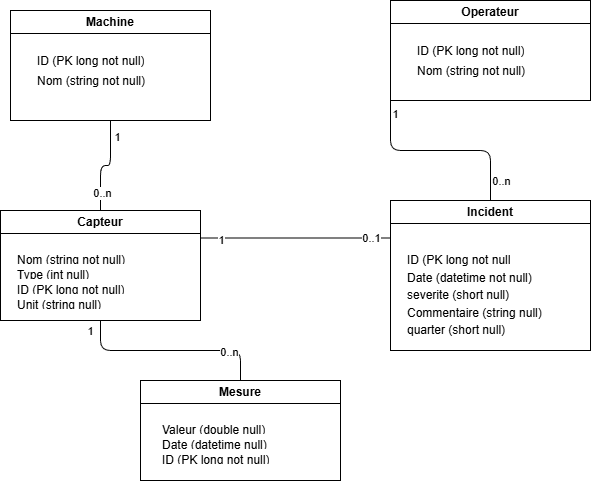
The draw.io diagram MCD.png in marc-proxiel/indusense, before a commit. Source tidied: cells renumbered, new cells last; positions are measured from the earlier drawing's top-left corner, leaving out a move shared by most shapes. Its diagram source:
```xml
<mxGraphModel>
  <root>
    <mxCell id="0" />
    <mxCell id="1" parent="0" />
    <mxCell id="2" value="Operateur" style="swimlane;whiteSpace=wrap;html=1;" parent="1" vertex="1">
      <mxGeometry x="390" width="200" height="100" as="geometry" />
    </mxCell>
    <mxCell id="3" style="shape=table;startSize=0;fontSize=11;fillColor=none;strokeColor=none;" parent="2" vertex="1">
      <mxGeometry x="20" y="40" width="160" height="60" as="geometry" />
    </mxCell>
    <mxCell id="4" style="shape=tableRow;horizontal=0;startSize=0;swimlaneHead=0;swimlaneBody=0;strokeColor=inherit;top=0;left=0;bottom=0;right=0;fillColor=none;fontSize=16;" parent="3" vertex="1">
      <mxGeometry width="160" height="21" as="geometry" />
    </mxCell>
    <mxCell id="5" value="ID (PK long not null)" style="shape=partialRectangle;html=1;whiteSpace=wrap;strokeColor=inherit;overflow=hidden;fillColor=none;top=0;left=0;bottom=0;right=0;fontSize=12;align=left;spacingLeft=5;" parent="4" vertex="1">
      <mxGeometry width="160" height="21" as="geometry" />
    </mxCell>
    <mxCell id="6" style="shape=tableRow;horizontal=0;startSize=0;swimlaneHead=0;swimlaneBody=0;strokeColor=inherit;top=0;left=0;bottom=0;right=0;fillColor=none;fontSize=16;" parent="3" vertex="1">
      <mxGeometry y="21" width="160" height="18" as="geometry" />
    </mxCell>
    <mxCell id="7" value="Nom (string not null)" style="shape=partialRectangle;html=1;whiteSpace=wrap;strokeColor=inherit;overflow=hidden;fillColor=none;top=0;left=0;bottom=0;right=0;fontSize=12;align=left;spacingLeft=5;" parent="6" vertex="1">
      <mxGeometry width="160" height="18" as="geometry" />
    </mxCell>
    <mxCell id="8" style="shape=tableRow;horizontal=0;startSize=0;swimlaneHead=0;swimlaneBody=0;strokeColor=inherit;top=0;left=0;bottom=0;right=0;fillColor=none;fontSize=16;" parent="3" vertex="1">
      <mxGeometry y="39" width="160" height="21" as="geometry" />
    </mxCell>
    <mxCell id="9" style="shape=partialRectangle;html=1;whiteSpace=wrap;strokeColor=inherit;overflow=hidden;fillColor=none;top=0;left=0;bottom=0;right=0;fontSize=12;align=left;spacingLeft=5;" parent="8" vertex="1">
      <mxGeometry width="160" height="21" as="geometry" />
    </mxCell>
    <mxCell id="10" value="Machine" style="swimlane;whiteSpace=wrap;html=1;" parent="1" vertex="1">
      <mxGeometry x="10" y="10" width="200" height="110" as="geometry" />
    </mxCell>
    <mxCell id="11" style="shape=table;startSize=0;fontSize=11;fillColor=none;strokeColor=none;" parent="10" vertex="1">
      <mxGeometry x="20" y="40" width="160" height="39" as="geometry" />
    </mxCell>
    <mxCell id="12" style="shape=tableRow;horizontal=0;startSize=0;swimlaneHead=0;swimlaneBody=0;strokeColor=inherit;top=0;left=0;bottom=0;right=0;fillColor=none;fontSize=16;" parent="11" vertex="1">
      <mxGeometry width="160" height="21" as="geometry" />
    </mxCell>
    <mxCell id="13" value="ID (PK long not null)" style="shape=partialRectangle;html=1;whiteSpace=wrap;strokeColor=inherit;overflow=hidden;fillColor=none;top=0;left=0;bottom=0;right=0;fontSize=12;align=left;spacingLeft=5;" parent="12" vertex="1">
      <mxGeometry width="160" height="21" as="geometry" />
    </mxCell>
    <mxCell id="14" style="shape=tableRow;horizontal=0;startSize=0;swimlaneHead=0;swimlaneBody=0;strokeColor=inherit;top=0;left=0;bottom=0;right=0;fillColor=none;fontSize=16;" parent="11" vertex="1">
      <mxGeometry y="21" width="160" height="18" as="geometry" />
    </mxCell>
    <mxCell id="15" value="Nom (string not null)" style="shape=partialRectangle;html=1;whiteSpace=wrap;strokeColor=inherit;overflow=hidden;fillColor=none;top=0;left=0;bottom=0;right=0;fontSize=12;align=left;spacingLeft=5;" parent="14" vertex="1">
      <mxGeometry width="160" height="18" as="geometry" />
    </mxCell>
    <mxCell id="16" value="Capteur" style="swimlane;whiteSpace=wrap;html=1;" parent="1" vertex="1">
      <mxGeometry y="210" width="200" height="110" as="geometry" />
    </mxCell>
    <mxCell id="17" value="Incident" style="swimlane;whiteSpace=wrap;html=1;" parent="1" vertex="1">
      <mxGeometry x="390" y="200" width="200" height="150" as="geometry" />
    </mxCell>
    <mxCell id="18" style="shape=table;startSize=0;fontSize=11;fillColor=none;strokeColor=none;" parent="17" vertex="1">
      <mxGeometry x="10" y="50" width="170" height="87" as="geometry" />
    </mxCell>
    <mxCell id="19" style="shape=tableRow;horizontal=0;startSize=0;swimlaneHead=0;swimlaneBody=0;strokeColor=inherit;top=0;left=0;bottom=0;right=0;fillColor=none;fontSize=16;" parent="18" vertex="1">
      <mxGeometry width="170" height="18" as="geometry" />
    </mxCell>
    <mxCell id="20" value="ID (PK long not null" style="shape=partialRectangle;html=1;whiteSpace=wrap;strokeColor=inherit;overflow=hidden;fillColor=none;top=0;left=0;bottom=0;right=0;fontSize=12;align=left;spacingLeft=5;" parent="19" vertex="1">
      <mxGeometry width="170" height="18" as="geometry" />
    </mxCell>
    <mxCell id="21" style="shape=tableRow;horizontal=0;startSize=0;swimlaneHead=0;swimlaneBody=0;strokeColor=inherit;top=0;left=0;bottom=0;right=0;fillColor=none;fontSize=16;" parent="18" vertex="1">
      <mxGeometry y="18" width="170" height="17" as="geometry" />
    </mxCell>
    <mxCell id="22" value="Date (datetime not null)" style="shape=partialRectangle;html=1;whiteSpace=wrap;strokeColor=inherit;overflow=hidden;fillColor=none;top=0;left=0;bottom=0;right=0;fontSize=12;align=left;spacingLeft=5;" parent="21" vertex="1">
      <mxGeometry width="170" height="17" as="geometry" />
    </mxCell>
    <mxCell id="23" style="shape=tableRow;horizontal=0;startSize=0;swimlaneHead=0;swimlaneBody=0;strokeColor=inherit;top=0;left=0;bottom=0;right=0;fillColor=none;fontSize=16;" parent="18" vertex="1">
      <mxGeometry y="35" width="170" height="18" as="geometry" />
    </mxCell>
    <mxCell id="24" value="severite (short null)" style="shape=partialRectangle;html=1;whiteSpace=wrap;strokeColor=inherit;overflow=hidden;fillColor=none;top=0;left=0;bottom=0;right=0;fontSize=12;align=left;spacingLeft=5;" parent="23" vertex="1">
      <mxGeometry width="170" height="18" as="geometry" />
    </mxCell>
    <mxCell id="25" style="shape=tableRow;horizontal=0;startSize=0;swimlaneHead=0;swimlaneBody=0;strokeColor=inherit;top=0;left=0;bottom=0;right=0;fillColor=none;fontSize=16;" parent="18" vertex="1">
      <mxGeometry y="53" width="170" height="17" as="geometry" />
    </mxCell>
    <mxCell id="26" value="Commentaire (string null)" style="shape=partialRectangle;html=1;whiteSpace=wrap;strokeColor=inherit;overflow=hidden;fillColor=none;top=0;left=0;bottom=0;right=0;fontSize=12;align=left;spacingLeft=5;" parent="25" vertex="1">
      <mxGeometry width="170" height="17" as="geometry" />
    </mxCell>
    <mxCell id="27" style="shape=tableRow;horizontal=0;startSize=0;swimlaneHead=0;swimlaneBody=0;strokeColor=inherit;top=0;left=0;bottom=0;right=0;fillColor=none;fontSize=16;" parent="18" vertex="1">
      <mxGeometry y="70" width="170" height="17" as="geometry" />
    </mxCell>
    <mxCell id="28" value="quarter (short null)" style="shape=partialRectangle;html=1;whiteSpace=wrap;strokeColor=inherit;overflow=hidden;fillColor=none;top=0;left=0;bottom=0;right=0;fontSize=12;align=left;spacingLeft=5;" parent="27" vertex="1">
      <mxGeometry width="170" height="17" as="geometry" />
    </mxCell>
    <mxCell id="29" value="Mesure" style="swimlane;whiteSpace=wrap;html=1;" parent="1" vertex="1">
      <mxGeometry x="140" y="380" width="200" height="100" as="geometry" />
    </mxCell>
    <mxCell id="30" style="shape=table;startSize=0;fontSize=11;fillColor=none;strokeColor=none;" parent="29" vertex="1">
      <mxGeometry x="15" y="40" width="170" height="60" as="geometry" />
    </mxCell>
    <mxCell id="31" style="shape=tableRow;horizontal=0;startSize=0;swimlaneHead=0;swimlaneBody=0;strokeColor=inherit;top=0;left=0;bottom=0;right=0;fillColor=none;fontSize=16;" parent="30" vertex="1">
      <mxGeometry width="170" height="15" as="geometry" />
    </mxCell>
    <mxCell id="32" value="Valeur (double null)" style="shape=partialRectangle;html=1;whiteSpace=wrap;strokeColor=inherit;overflow=hidden;fillColor=none;top=0;left=0;bottom=0;right=0;fontSize=12;align=left;spacingLeft=5;" parent="31" vertex="1">
      <mxGeometry width="170" height="15" as="geometry" />
    </mxCell>
    <mxCell id="33" style="shape=tableRow;horizontal=0;startSize=0;swimlaneHead=0;swimlaneBody=0;strokeColor=inherit;top=0;left=0;bottom=0;right=0;fillColor=none;fontSize=16;" parent="30" vertex="1">
      <mxGeometry y="15" width="170" height="15" as="geometry" />
    </mxCell>
    <mxCell id="34" value="Date (datetime null)" style="shape=partialRectangle;html=1;whiteSpace=wrap;strokeColor=inherit;overflow=hidden;fillColor=none;top=0;left=0;bottom=0;right=0;fontSize=12;align=left;spacingLeft=5;" parent="33" vertex="1">
      <mxGeometry width="170" height="15" as="geometry" />
    </mxCell>
    <mxCell id="35" style="shape=tableRow;horizontal=0;startSize=0;swimlaneHead=0;swimlaneBody=0;strokeColor=inherit;top=0;left=0;bottom=0;right=0;fillColor=none;fontSize=16;" parent="30" vertex="1">
      <mxGeometry y="30" width="170" height="15" as="geometry" />
    </mxCell>
    <mxCell id="36" value="ID (PK long not null)" style="shape=partialRectangle;html=1;whiteSpace=wrap;strokeColor=inherit;overflow=hidden;fillColor=none;top=0;left=0;bottom=0;right=0;fontSize=12;align=left;spacingLeft=5;" parent="35" vertex="1">
      <mxGeometry width="170" height="15" as="geometry" />
    </mxCell>
    <mxCell id="37" style="shape=tableRow;horizontal=0;startSize=0;swimlaneHead=0;swimlaneBody=0;strokeColor=inherit;top=0;left=0;bottom=0;right=0;fillColor=none;fontSize=16;" parent="30" vertex="1">
      <mxGeometry y="45" width="170" height="15" as="geometry" />
    </mxCell>
    <mxCell id="38" style="shape=partialRectangle;html=1;whiteSpace=wrap;strokeColor=inherit;overflow=hidden;fillColor=none;top=0;left=0;bottom=0;right=0;fontSize=12;align=left;spacingLeft=5;" parent="37" vertex="1">
      <mxGeometry width="170" height="15" as="geometry" />
    </mxCell>
    <mxCell id="39" style="shape=table;startSize=0;fontSize=11;fillColor=none;strokeColor=none;" parent="1" vertex="1">
      <mxGeometry x="10" y="250" width="170" height="60" as="geometry" />
    </mxCell>
    <mxCell id="40" style="shape=tableRow;horizontal=0;startSize=0;swimlaneHead=0;swimlaneBody=0;strokeColor=inherit;top=0;left=0;bottom=0;right=0;fillColor=none;fontSize=16;" parent="39" vertex="1">
      <mxGeometry width="170" height="15" as="geometry" />
    </mxCell>
    <mxCell id="41" value="Nom (string not null)" style="shape=partialRectangle;html=1;whiteSpace=wrap;strokeColor=inherit;overflow=hidden;fillColor=none;top=0;left=0;bottom=0;right=0;fontSize=12;align=left;spacingLeft=5;" parent="40" vertex="1">
      <mxGeometry width="170" height="15" as="geometry" />
    </mxCell>
    <mxCell id="42" style="shape=tableRow;horizontal=0;startSize=0;swimlaneHead=0;swimlaneBody=0;strokeColor=inherit;top=0;left=0;bottom=0;right=0;fillColor=none;fontSize=16;" parent="39" vertex="1">
      <mxGeometry y="15" width="170" height="15" as="geometry" />
    </mxCell>
    <mxCell id="43" value="Type (int null)" style="shape=partialRectangle;html=1;whiteSpace=wrap;strokeColor=inherit;overflow=hidden;fillColor=none;top=0;left=0;bottom=0;right=0;fontSize=12;align=left;spacingLeft=5;" parent="42" vertex="1">
      <mxGeometry width="170" height="15" as="geometry" />
    </mxCell>
    <mxCell id="44" style="shape=tableRow;horizontal=0;startSize=0;swimlaneHead=0;swimlaneBody=0;strokeColor=inherit;top=0;left=0;bottom=0;right=0;fillColor=none;fontSize=16;" parent="39" vertex="1">
      <mxGeometry y="30" width="170" height="15" as="geometry" />
    </mxCell>
    <mxCell id="45" value="ID (PK long not null)" style="shape=partialRectangle;html=1;whiteSpace=wrap;strokeColor=inherit;overflow=hidden;fillColor=none;top=0;left=0;bottom=0;right=0;fontSize=12;align=left;spacingLeft=5;" parent="44" vertex="1">
      <mxGeometry width="170" height="15" as="geometry" />
    </mxCell>
    <mxCell id="46" style="shape=tableRow;horizontal=0;startSize=0;swimlaneHead=0;swimlaneBody=0;strokeColor=inherit;top=0;left=0;bottom=0;right=0;fillColor=none;fontSize=16;" parent="39" vertex="1">
      <mxGeometry y="45" width="170" height="15" as="geometry" />
    </mxCell>
    <mxCell id="47" value="Unit (string null)" style="shape=partialRectangle;html=1;whiteSpace=wrap;strokeColor=inherit;overflow=hidden;fillColor=none;top=0;left=0;bottom=0;right=0;fontSize=12;align=left;spacingLeft=5;" parent="46" vertex="1">
      <mxGeometry width="170" height="15" as="geometry" />
    </mxCell>
    <mxCell id="48" style="endArrow=none;html=1;exitX=0;exitY=1;exitDx=0;exitDy=0;entryX=0.5;entryY=0;entryDx=0;entryDy=0;edgeStyle=orthogonalEdgeStyle;" parent="1" edge="1" source="2" target="17">
      <mxGeometry relative="1" as="geometry" />
    </mxCell>
    <mxCell id="49" value="0..n" style="edgeLabel;html=1;align=center;verticalAlign=middle;" parent="48" vertex="1">
      <mxGeometry x="0.28" relative="1" as="geometry">
        <mxPoint x="32" y="30" as="offset" />
      </mxGeometry>
    </mxCell>
    <mxCell id="50" value="1" style="edgeLabel;html=1;align=center;verticalAlign=middle;" parent="48" vertex="1">
      <mxGeometry x="-0.66" y="1" relative="1" as="geometry">
        <mxPoint x="3" y="-21" as="offset" />
      </mxGeometry>
    </mxCell>
    <mxCell id="51" style="endArrow=none;html=1;entryX=0.5;entryY=1;entryDx=0;entryDy=0;exitX=0.5;exitY=0;exitDx=0;exitDy=0;edgeStyle=orthogonalEdgeStyle;" parent="1" edge="1" source="16" target="10">
      <mxGeometry relative="1" as="geometry" />
    </mxCell>
    <mxCell id="52" value="0..n" style="edgeLabel;html=1;align=center;verticalAlign=middle;" parent="51" vertex="1">
      <mxGeometry x="-0.64" y="-1" relative="1" as="geometry" />
    </mxCell>
    <mxCell id="53" value="1" style="edgeLabel;html=1;align=center;verticalAlign=middle;" parent="51" vertex="1">
      <mxGeometry x="0.46" y="-2" relative="1" as="geometry">
        <mxPoint x="4" y="-11" as="offset" />
      </mxGeometry>
    </mxCell>
    <mxCell id="54" style="endArrow=none;html=1;exitX=0.5;exitY=1;exitDx=0;exitDy=0;entryX=0.5;entryY=0;entryDx=0;entryDy=0;edgeStyle=orthogonalEdgeStyle;" parent="1" edge="1" source="16" target="29">
      <mxGeometry relative="1" as="geometry" />
    </mxCell>
    <mxCell id="55" value="0..n" style="edgeLabel;html=1;align=center;verticalAlign=middle;" parent="54" vertex="1">
      <mxGeometry x="0.58" y="-1" relative="1" as="geometry" />
    </mxCell>
    <mxCell id="56" value="1" style="edgeLabel;html=1;align=center;verticalAlign=middle;" parent="54" vertex="1">
      <mxGeometry x="-0.65" y="4" relative="1" as="geometry">
        <mxPoint x="-16" y="-16" as="offset" />
      </mxGeometry>
    </mxCell>
    <mxCell id="57" style="endArrow=none;html=1;exitX=1;exitY=0.25;exitDx=0;exitDy=0;entryX=0;entryY=0.25;entryDx=0;entryDy=0;" parent="1" edge="1" source="16" target="17">
      <mxGeometry relative="1" as="geometry" />
    </mxCell>
    <mxCell id="58" value="0..1" style="edgeLabel;html=1;align=center;verticalAlign=middle;" parent="57" vertex="1">
      <mxGeometry x="0.29" relative="1" as="geometry">
        <mxPoint x="47" as="offset" />
      </mxGeometry>
    </mxCell>
    <mxCell id="59" value="1" style="edgeLabel;html=1;align=center;verticalAlign=middle;" parent="57" vertex="1">
      <mxGeometry x="-0.64" y="-2" relative="1" as="geometry">
        <mxPoint x="-15" as="offset" />
      </mxGeometry>
    </mxCell>
  </root>
</mxGraphModel>
```
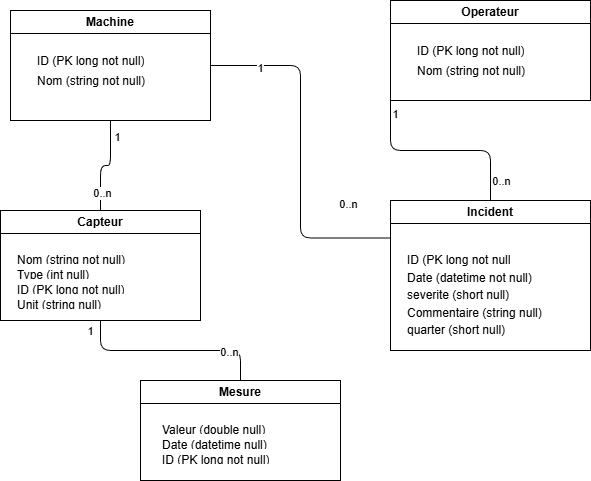
After the change.

Change to the diagram source:
```diff
@@ -175,10 +175,10 @@
         <mxPoint x="-16" y="-16" as="offset" />
       </mxGeometry>
     </mxCell>
-    <mxCell id="57" style="endArrow=none;html=1;exitX=1;exitY=0.25;exitDx=0;exitDy=0;entryX=0;entryY=0.25;entryDx=0;entryDy=0;" parent="1" edge="1" source="16" target="17">
+    <mxCell id="57" style="endArrow=none;html=1;exitX=1;exitY=0.5;exitDx=0;exitDy=0;entryX=0;entryY=0.25;entryDx=0;entryDy=0;edgeStyle=orthogonalEdgeStyle;" parent="1" edge="1" source="10" target="17">
       <mxGeometry relative="1" as="geometry" />
     </mxCell>
-    <mxCell id="58" value="0..1" style="edgeLabel;html=1;align=center;verticalAlign=middle;" parent="57" vertex="1">
+    <mxCell id="58" value="0..n" style="edgeLabel;html=1;align=center;verticalAlign=middle;" parent="57" vertex="1">
       <mxGeometry x="0.29" relative="1" as="geometry">
         <mxPoint x="47" as="offset" />
       </mxGeometry>
```
